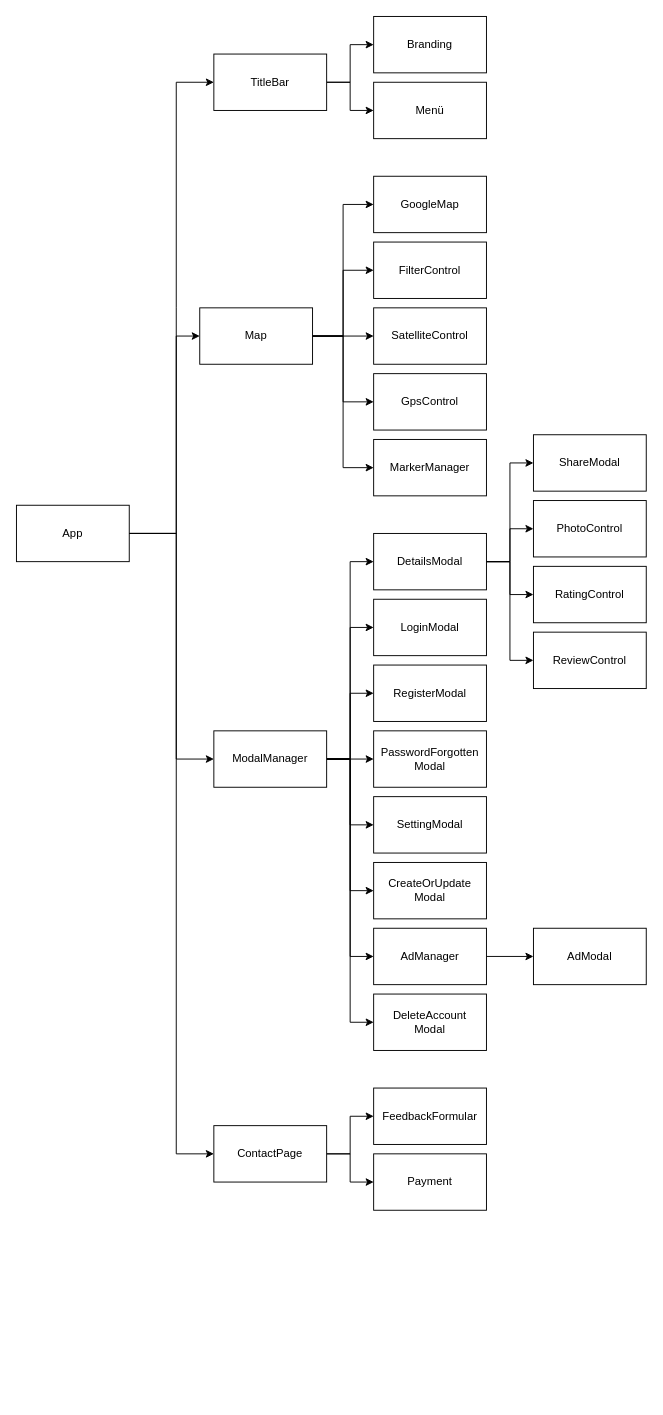
Above: page "front-end" (6 of 6) of _images/architecture.drawio in gartenkralle/geolocation-services-doc (draw.io), before the change. Source tidied: cells renumbered, new cells numbered last; positions are measured from the earlier drawing's top-left corner, leaving out a move shared by most shapes. Both pictures are drawn from the tidied source at 94%, with x=0, y=0 at pixel (16, 16).
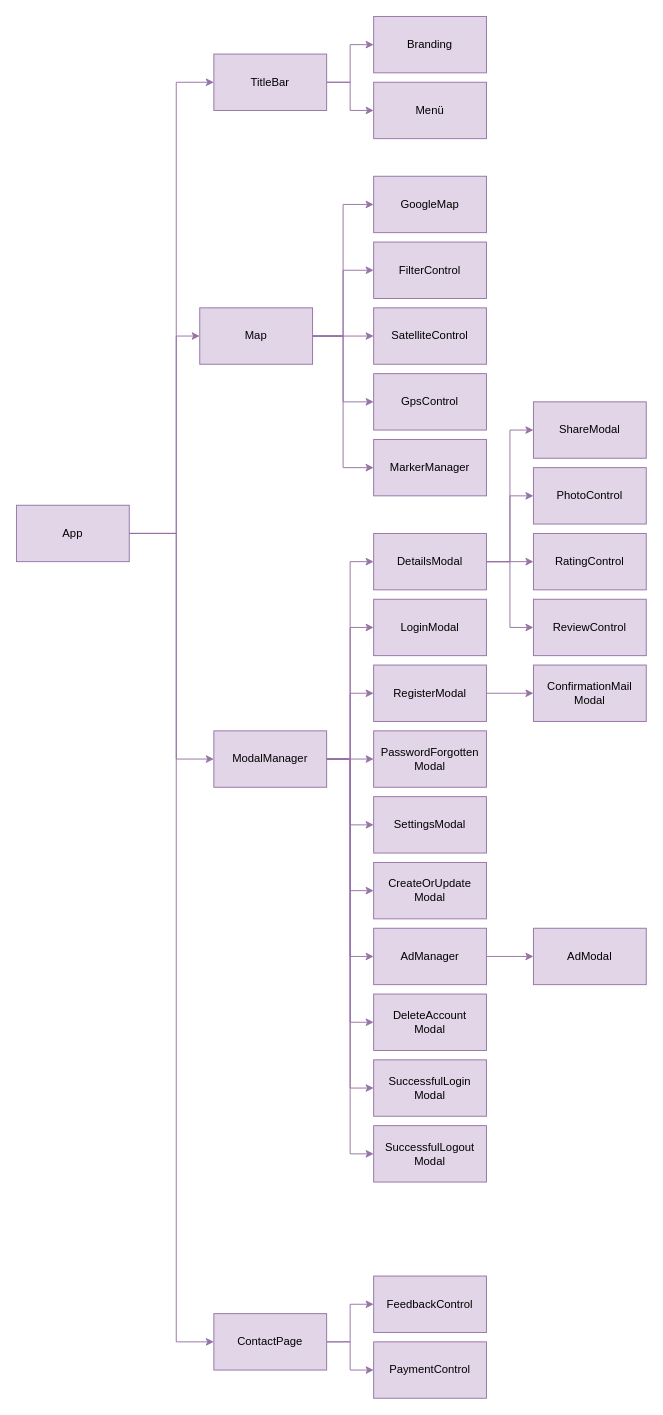
After the change.

Commit message (it also covers changes not shown here):
update front end diagram

Diff of the diagram source:
```diff
@@
-    <mxCell id="2" style="edgeStyle=orthogonalEdgeStyle;rounded=0;jettySize=auto;html=1;entryX=0;entryY=0.5;entryDx=0;entryDy=0;" parent="1" edge="1" source="5" target="11">
+    <mxCell id="2" style="edgeStyle=orthogonalEdgeStyle;rounded=0;jettySize=auto;html=1;entryX=0;entryY=0.5;entryDx=0;entryDy=0;fillColor=#e1d5e7;strokeColor=#9673a6;" parent="1" edge="1" source="5" target="11">
       <mxGeometry relative="1" as="geometry">
         <Array as="points">
           <mxPoint x="170" y="550" />
           <mxPoint x="170" y="340" />
         </Array>
       </mxGeometry>
     </mxCell>
-    <mxCell id="3" style="edgeStyle=orthogonalEdgeStyle;rounded=0;jettySize=auto;html=1;entryX=0;entryY=0.5;entryDx=0;entryDy=0;" parent="1" edge="1" source="5" target="20">
+    <mxCell id="3" style="edgeStyle=orthogonalEdgeStyle;rounded=0;jettySize=auto;html=1;entryX=0;entryY=0.5;entryDx=0;entryDy=0;fillColor=#e1d5e7;strokeColor=#9673a6;" parent="1" edge="1" source="5" target="20">
       <mxGeometry relative="1" as="geometry">
         <Array as="points">
           <mxPoint x="170" y="550" />
           <mxPoint x="170" y="790" />
         </Array>
       </mxGeometry>
     </mxCell>
-    <mxCell id="4" style="edgeStyle=orthogonalEdgeStyle;rounded=0;jettySize=auto;html=1;entryX=0;entryY=0.5;entryDx=0;entryDy=0;" parent="1" edge="1" source="5" target="46">
+    <mxCell id="4" style="edgeStyle=orthogonalEdgeStyle;rounded=0;jettySize=auto;html=1;entryX=0;entryY=0.5;entryDx=0;entryDy=0;fillColor=#e1d5e7;strokeColor=#9673a6;" parent="1" edge="1" source="5" target="46">
       <mxGeometry relative="1" as="geometry">
         <Array as="points">
           <mxPoint x="170" y="550" />
-          <mxPoint x="170" y="1210" />
+          <mxPoint x="170" y="1410" />
         </Array>
       </mxGeometry>
     </mxCell>
-    <mxCell id="5" value="App" style="rounded=0;whiteSpace=wrap;html=1;" parent="1" vertex="1">
+    <mxCell id="5" value="App" style="rounded=0;whiteSpace=wrap;html=1;fillColor=#e1d5e7;strokeColor=#9673a6;" parent="1" vertex="1">
       <mxGeometry y="520" width="120" height="60" as="geometry" />
     </mxCell>
-    <mxCell id="6" value="Menü" style="rounded=0;whiteSpace=wrap;html=1;" parent="1" vertex="1">
+    <mxCell id="6" value="Menü" style="rounded=0;whiteSpace=wrap;html=1;fillColor=#e1d5e7;strokeColor=#9673a6;" parent="1" vertex="1">
       <mxGeometry x="380" y="70" width="120" height="60" as="geometry" />
     </mxCell>
-    <mxCell id="7" style="edgeStyle=orthogonalEdgeStyle;rounded=0;jettySize=auto;html=1;entryX=0;entryY=0.5;entryDx=0;entryDy=0;" parent="1" edge="1" source="11" target="24">
+    <mxCell id="7" style="edgeStyle=orthogonalEdgeStyle;rounded=0;jettySize=auto;html=1;entryX=0;entryY=0.5;entryDx=0;entryDy=0;fillColor=#e1d5e7;strokeColor=#9673a6;" parent="1" edge="1" source="11" target="24">
       <mxGeometry relative="1" as="geometry" />
     </mxCell>
-    <mxCell id="8" style="edgeStyle=orthogonalEdgeStyle;rounded=0;jettySize=auto;html=1;entryX=0;entryY=0.5;entryDx=0;entryDy=0;" parent="1" edge="1" source="11" target="26">
+    <mxCell id="8" style="edgeStyle=orthogonalEdgeStyle;rounded=0;jettySize=auto;html=1;entryX=0;entryY=0.5;entryDx=0;entryDy=0;fillColor=#e1d5e7;strokeColor=#9673a6;" parent="1" edge="1" source="11" target="26">
       <mxGeometry relative="1" as="geometry" />
     </mxCell>
-    <mxCell id="9" style="edgeStyle=orthogonalEdgeStyle;rounded=0;jettySize=auto;html=1;entryX=0;entryY=0.5;entryDx=0;entryDy=0;" parent="1" edge="1" source="11" target="27">
+    <mxCell id="9" style="edgeStyle=orthogonalEdgeStyle;rounded=0;jettySize=auto;html=1;entryX=0;entryY=0.5;entryDx=0;entryDy=0;fillColor=#e1d5e7;strokeColor=#9673a6;" parent="1" edge="1" source="11" target="27">
       <mxGeometry relative="1" as="geometry" />
     </mxCell>
-    <mxCell id="10" style="edgeStyle=orthogonalEdgeStyle;rounded=0;jettySize=auto;html=1;entryX=0;entryY=0.5;entryDx=0;entryDy=0;" parent="1" edge="1" source="11" target="49">
+    <mxCell id="10" style="edgeStyle=orthogonalEdgeStyle;rounded=0;jettySize=auto;html=1;entryX=0;entryY=0.5;entryDx=0;entryDy=0;fillColor=#e1d5e7;strokeColor=#9673a6;" parent="1" edge="1" source="11" target="49">
       <mxGeometry relative="1" as="geometry" />
     </mxCell>
-    <mxCell id="11" value="Map" style="rounded=0;whiteSpace=wrap;html=1;" parent="1" vertex="1">
+    <mxCell id="11" value="Map" style="rounded=0;whiteSpace=wrap;html=1;fillColor=#e1d5e7;strokeColor=#9673a6;" parent="1" vertex="1">
       <mxGeometry x="195" y="310" width="120" height="60" as="geometry" />
     </mxCell>
-    <mxCell id="12" style="edgeStyle=orthogonalEdgeStyle;rounded=0;jettySize=auto;html=1;entryX=0;entryY=0.5;entryDx=0;entryDy=0;" parent="1" edge="1" source="20" target="34">
+    <mxCell id="12" style="edgeStyle=orthogonalEdgeStyle;rounded=0;jettySize=auto;html=1;entryX=0;entryY=0.5;entryDx=0;entryDy=0;fillColor=#e1d5e7;strokeColor=#9673a6;" parent="1" edge="1" source="20" target="34">
       <mxGeometry relative="1" as="geometry" />
     </mxCell>
-    <mxCell id="13" style="edgeStyle=orthogonalEdgeStyle;rounded=0;jettySize=auto;html=1;entryX=0;entryY=0.5;entryDx=0;entryDy=0;" parent="1" edge="1" source="20" target="21">
+    <mxCell id="13" style="edgeStyle=orthogonalEdgeStyle;rounded=0;jettySize=auto;html=1;entryX=0;entryY=0.5;entryDx=0;entryDy=0;fillColor=#e1d5e7;strokeColor=#9673a6;" parent="1" edge="1" source="20" target="21">
       <mxGeometry relative="1" as="geometry" />
     </mxCell>
-    <mxCell id="14" style="edgeStyle=orthogonalEdgeStyle;rounded=0;jettySize=auto;html=1;entryX=0;entryY=0.5;entryDx=0;entryDy=0;" parent="1" edge="1" source="20" target="22">
+    <mxCell id="14" style="edgeStyle=orthogonalEdgeStyle;rounded=0;jettySize=auto;html=1;entryX=0;entryY=0.5;entryDx=0;entryDy=0;fillColor=#e1d5e7;strokeColor=#9673a6;" parent="1" edge="1" source="20" target="22">
       <mxGeometry relative="1" as="geometry" />
     </mxCell>
-    <mxCell id="15" style="edgeStyle=orthogonalEdgeStyle;rounded=0;jettySize=auto;html=1;entryX=0;entryY=0.5;entryDx=0;entryDy=0;" parent="1" edge="1" source="20" target="23">
+    <mxCell id="15" style="edgeStyle=orthogonalEdgeStyle;rounded=0;jettySize=auto;html=1;entryX=0;entryY=0.5;entryDx=0;entryDy=0;fillColor=#e1d5e7;strokeColor=#9673a6;" parent="1" edge="1" source="20" target="23">
       <mxGeometry relative="1" as="geometry" />
     </mxCell>
-    <mxCell id="16" style="edgeStyle=orthogonalEdgeStyle;rounded=0;jettySize=auto;html=1;entryX=0;entryY=0.5;entryDx=0;entryDy=0;" parent="1" edge="1" source="20" target="28">
+    <mxCell id="16" style="edgeStyle=orthogonalEdgeStyle;rounded=0;jettySize=auto;html=1;entryX=0;entryY=0.5;entryDx=0;entryDy=0;fillColor=#e1d5e7;strokeColor=#9673a6;" parent="1" edge="1" source="20" target="28">
       <mxGeometry relative="1" as="geometry" />
     </mxCell>
-    <mxCell id="17" style="edgeStyle=orthogonalEdgeStyle;rounded=0;jettySize=auto;html=1;entryX=0;entryY=0.5;entryDx=0;entryDy=0;" parent="1" edge="1" source="20" target="29">
+    <mxCell id="17" style="edgeStyle=orthogonalEdgeStyle;rounded=0;jettySize=auto;html=1;entryX=0;entryY=0.5;entryDx=0;entryDy=0;fillColor=#e1d5e7;strokeColor=#9673a6;" parent="1" edge="1" source="20" target="29">
       <mxGeometry relative="1" as="geometry" />
     </mxCell>
-    <mxCell id="18" style="edgeStyle=orthogonalEdgeStyle;rounded=0;jettySize=auto;html=1;entryX=0;entryY=0.5;entryDx=0;entryDy=0;" parent="1" edge="1" source="20" target="43">
+    <mxCell id="18" style="edgeStyle=orthogonalEdgeStyle;rounded=0;jettySize=auto;html=1;entryX=0;entryY=0.5;entryDx=0;entryDy=0;fillColor=#e1d5e7;strokeColor=#9673a6;" parent="1" edge="1" source="20" target="43">
       <mxGeometry relative="1" as="geometry" />
     </mxCell>
-    <mxCell id="19" style="edgeStyle=orthogonalEdgeStyle;rounded=0;jettySize=auto;html=1;entryX=0;entryY=0.5;entryDx=0;entryDy=0;" parent="1" edge="1" source="20" target="50">
+    <mxCell id="19" style="edgeStyle=orthogonalEdgeStyle;rounded=0;jettySize=auto;html=1;entryX=0;entryY=0.5;entryDx=0;entryDy=0;fillColor=#e1d5e7;strokeColor=#9673a6;" parent="1" edge="1" source="20" target="50">
       <mxGeometry relative="1" as="geometry" />
     </mxCell>
+    <mxCell id="55" style="edgeStyle=orthogonalEdgeStyle;rounded=0;jettySize=auto;html=1;entryX=0;entryY=0.5;entryDx=0;entryDy=0;fillColor=#e1d5e7;strokeColor=#9673a6;" parent="1" edge="1" source="20" target="58">
+      <mxGeometry relative="1" as="geometry" />
+    </mxCell>
+    <mxCell id="56" style="edgeStyle=orthogonalEdgeStyle;rounded=0;jettySize=auto;html=1;entryX=0;entryY=0.5;entryDx=0;entryDy=0;fillColor=#e1d5e7;strokeColor=#9673a6;" parent="1" edge="1" source="20" target="59">
+      <mxGeometry relative="1" as="geometry" />
+    </mxCell>
-    <mxCell id="20" value="ModalManager" style="rounded=0;whiteSpace=wrap;html=1;" parent="1" vertex="1">
+    <mxCell id="20" value="ModalManager" style="rounded=0;whiteSpace=wrap;html=1;fillColor=#e1d5e7;strokeColor=#9673a6;" parent="1" vertex="1">
       <mxGeometry x="210" y="760" width="120" height="60" as="geometry" />
     </mxCell>
-    <mxCell id="21" value="LoginModal" style="rounded=0;whiteSpace=wrap;html=1;" parent="1" vertex="1">
+    <mxCell id="21" value="LoginModal" style="rounded=0;whiteSpace=wrap;html=1;fillColor=#e1d5e7;strokeColor=#9673a6;" parent="1" vertex="1">
       <mxGeometry x="380" y="620" width="120" height="60" as="geometry" />
     </mxCell>
+    <mxCell id="57" style="edgeStyle=orthogonalEdgeStyle;rounded=0;jettySize=auto;html=1;entryX=0;entryY=0.5;entryDx=0;entryDy=0;fillColor=#e1d5e7;strokeColor=#9673a6;" parent="1" edge="1" source="22" target="60">
+      <mxGeometry relative="1" as="geometry" />
+    </mxCell>
-    <mxCell id="22" value="RegisterModal" style="rounded=0;whiteSpace=wrap;html=1;" parent="1" vertex="1">
+    <mxCell id="22" value="RegisterModal" style="rounded=0;whiteSpace=wrap;html=1;fillColor=#e1d5e7;strokeColor=#9673a6;" parent="1" vertex="1">
       <mxGeometry x="380" y="690" width="120" height="60" as="geometry" />
     </mxCell>
-    <mxCell id="23" value="PasswordForgotten&lt;div&gt;Modal&lt;/div&gt;" style="rounded=0;whiteSpace=wrap;html=1;" parent="1" vertex="1">
+    <mxCell id="23" value="PasswordForgotten&lt;div&gt;Modal&lt;/div&gt;" style="rounded=0;whiteSpace=wrap;html=1;fillColor=#e1d5e7;strokeColor=#9673a6;" parent="1" vertex="1">
       <mxGeometry x="380" y="760" width="120" height="60" as="geometry" />
     </mxCell>
-    <mxCell id="24" value="GoogleMap" style="rounded=0;whiteSpace=wrap;html=1;" parent="1" vertex="1">
+    <mxCell id="24" value="GoogleMap" style="rounded=0;whiteSpace=wrap;html=1;fillColor=#e1d5e7;strokeColor=#9673a6;" parent="1" vertex="1">
       <mxGeometry x="380" y="170" width="120" height="60" as="geometry" />
     </mxCell>
-    <mxCell id="25" value="FilterControl" style="rounded=0;whiteSpace=wrap;html=1;" parent="1" vertex="1">
+    <mxCell id="25" value="FilterControl" style="rounded=0;whiteSpace=wrap;html=1;fillColor=#e1d5e7;strokeColor=#9673a6;" parent="1" vertex="1">
       <mxGeometry x="380" y="240" width="120" height="60" as="geometry" />
     </mxCell>
-    <mxCell id="26" value="SatelliteControl" style="rounded=0;whiteSpace=wrap;html=1;" parent="1" vertex="1">
+    <mxCell id="26" value="SatelliteControl" style="rounded=0;whiteSpace=wrap;html=1;fillColor=#e1d5e7;strokeColor=#9673a6;" parent="1" vertex="1">
       <mxGeometry x="380" y="310" width="120" height="60" as="geometry" />
     </mxCell>
-    <mxCell id="27" value="GpsControl" style="rounded=0;whiteSpace=wrap;html=1;" parent="1" vertex="1">
+    <mxCell id="27" value="GpsControl" style="rounded=0;whiteSpace=wrap;html=1;fillColor=#e1d5e7;strokeColor=#9673a6;" parent="1" vertex="1">
       <mxGeometry x="380" y="380" width="120" height="60" as="geometry" />
     </mxCell>
-    <mxCell id="28" value="SettingModal" style="rounded=0;whiteSpace=wrap;html=1;" parent="1" vertex="1">
+    <mxCell id="28" value="SettingsModal" style="rounded=0;whiteSpace=wrap;html=1;fillColor=#e1d5e7;strokeColor=#9673a6;" parent="1" vertex="1">
       <mxGeometry x="380" y="830" width="120" height="60" as="geometry" />
     </mxCell>
-    <mxCell id="29" value="CreateOrUpdate&lt;div&gt;Modal&lt;/div&gt;" style="rounded=0;whiteSpace=wrap;html=1;" parent="1" vertex="1">
+    <mxCell id="29" value="CreateOrUpdate&lt;div&gt;Modal&lt;/div&gt;" style="rounded=0;whiteSpace=wrap;html=1;fillColor=#e1d5e7;strokeColor=#9673a6;" parent="1" vertex="1">
       <mxGeometry x="380" y="900" width="120" height="60" as="geometry" />
     </mxCell>
-    <mxCell id="30" style="edgeStyle=orthogonalEdgeStyle;rounded=0;jettySize=auto;html=1;entryX=0;entryY=0.5;entryDx=0;entryDy=0;" parent="1" edge="1" source="34" target="51">
+    <mxCell id="30" style="edgeStyle=orthogonalEdgeStyle;rounded=0;jettySize=auto;html=1;entryX=0;entryY=0.5;entryDx=0;entryDy=0;fillColor=#e1d5e7;strokeColor=#9673a6;" parent="1" edge="1" source="34" target="51">
       <mxGeometry relative="1" as="geometry" />
     </mxCell>
-    <mxCell id="31" style="edgeStyle=orthogonalEdgeStyle;rounded=0;jettySize=auto;html=1;entryX=0;entryY=0.5;entryDx=0;entryDy=0;" parent="1" edge="1" source="34" target="52">
+    <mxCell id="31" style="edgeStyle=orthogonalEdgeStyle;rounded=0;jettySize=auto;html=1;entryX=0;entryY=0.5;entryDx=0;entryDy=0;fillColor=#e1d5e7;strokeColor=#9673a6;" parent="1" edge="1" source="34" target="52">
       <mxGeometry relative="1" as="geometry" />
     </mxCell>
-    <mxCell id="32" style="edgeStyle=orthogonalEdgeStyle;rounded=0;jettySize=auto;html=1;entryX=0;entryY=0.5;entryDx=0;entryDy=0;" parent="1" edge="1" source="34" target="53">
+    <mxCell id="32" style="edgeStyle=orthogonalEdgeStyle;rounded=0;jettySize=auto;html=1;entryX=0;entryY=0.5;entryDx=0;entryDy=0;fillColor=#e1d5e7;strokeColor=#9673a6;" parent="1" edge="1" source="34" target="53">
       <mxGeometry relative="1" as="geometry" />
     </mxCell>
-    <mxCell id="33" style="edgeStyle=orthogonalEdgeStyle;rounded=0;jettySize=auto;html=1;entryX=0;entryY=0.5;entryDx=0;entryDy=0;" parent="1" edge="1" source="34" target="54">
+    <mxCell id="33" style="edgeStyle=orthogonalEdgeStyle;rounded=0;jettySize=auto;html=1;entryX=0;entryY=0.5;entryDx=0;entryDy=0;fillColor=#e1d5e7;strokeColor=#9673a6;" parent="1" edge="1" source="34" target="54">
       <mxGeometry relative="1" as="geometry" />
     </mxCell>
-    <mxCell id="34" value="DetailsModal" style="rounded=0;whiteSpace=wrap;html=1;" parent="1" vertex="1">
+    <mxCell id="34" value="DetailsModal" style="rounded=0;whiteSpace=wrap;html=1;fillColor=#e1d5e7;strokeColor=#9673a6;" parent="1" vertex="1">
       <mxGeometry x="380" y="550" width="120" height="60" as="geometry" />
     </mxCell>
-    <mxCell id="35" style="edgeStyle=orthogonalEdgeStyle;rounded=0;jettySize=auto;html=1;entryX=0;entryY=0.5;entryDx=0;entryDy=0;" parent="1" edge="1" source="37" target="38">
+    <mxCell id="35" style="edgeStyle=orthogonalEdgeStyle;rounded=0;jettySize=auto;html=1;entryX=0;entryY=0.5;entryDx=0;entryDy=0;fillColor=#e1d5e7;strokeColor=#9673a6;" parent="1" edge="1" source="37" target="38">
       <mxGeometry relative="1" as="geometry" />
     </mxCell>
-    <mxCell id="36" style="edgeStyle=orthogonalEdgeStyle;rounded=0;jettySize=auto;html=1;entryX=0;entryY=0.5;entryDx=0;entryDy=0;" parent="1" edge="1" source="37" target="6">
+    <mxCell id="36" style="edgeStyle=orthogonalEdgeStyle;rounded=0;jettySize=auto;html=1;entryX=0;entryY=0.5;entryDx=0;entryDy=0;fillColor=#e1d5e7;strokeColor=#9673a6;" parent="1" edge="1" source="37" target="6">
       <mxGeometry relative="1" as="geometry" />
     </mxCell>
-    <mxCell id="37" value="TitleBar" style="rounded=0;whiteSpace=wrap;html=1;" parent="1" vertex="1">
+    <mxCell id="37" value="TitleBar" style="rounded=0;whiteSpace=wrap;html=1;fillColor=#e1d5e7;strokeColor=#9673a6;" parent="1" vertex="1">
       <mxGeometry x="210" y="40" width="120" height="60" as="geometry" />
     </mxCell>
-    <mxCell id="38" value="Branding" style="rounded=0;whiteSpace=wrap;html=1;" parent="1" vertex="1">
+    <mxCell id="38" value="Branding" style="rounded=0;whiteSpace=wrap;html=1;fillColor=#e1d5e7;strokeColor=#9673a6;" parent="1" vertex="1">
       <mxGeometry x="380" width="120" height="60" as="geometry" />
     </mxCell>
-    <mxCell id="39" style="endArrow=classic;html=1;rounded=0;exitX=1;exitY=0.5;exitDx=0;exitDy=0;entryX=0;entryY=0.5;entryDx=0;entryDy=0;" parent="1" edge="1" source="5" target="37">
+    <mxCell id="39" style="endArrow=classic;html=1;rounded=0;exitX=1;exitY=0.5;exitDx=0;exitDy=0;entryX=0;entryY=0.5;entryDx=0;entryDy=0;fillColor=#e1d5e7;strokeColor=#9673a6;" parent="1" edge="1" source="5" target="37">
       <mxGeometry relative="1" as="geometry">
         <Array as="points">
           <mxPoint x="170" y="550" />
           <mxPoint x="170" y="310" />
           <mxPoint x="170" y="70" />
         </Array>
       </mxGeometry>
     </mxCell>
-    <mxCell id="40" style="edgeStyle=orthogonalEdgeStyle;rounded=0;jettySize=auto;html=1;entryX=0;entryY=0.5;entryDx=0;entryDy=0;" parent="1" edge="1" source="11" target="25">
+    <mxCell id="40" style="edgeStyle=orthogonalEdgeStyle;rounded=0;jettySize=auto;html=1;entryX=0;entryY=0.5;entryDx=0;entryDy=0;fillColor=#e1d5e7;strokeColor=#9673a6;" parent="1" edge="1" source="11" target="25">
       <mxGeometry relative="1" as="geometry" />
     </mxCell>
-    <mxCell id="41" value="AdModal" style="rounded=0;whiteSpace=wrap;html=1;" parent="1" vertex="1">
+    <mxCell id="41" value="AdModal" style="rounded=0;whiteSpace=wrap;html=1;fillColor=#e1d5e7;strokeColor=#9673a6;" parent="1" vertex="1">
       <mxGeometry x="550" y="970" width="120" height="60" as="geometry" />
     </mxCell>
-    <mxCell id="42" style="edgeStyle=orthogonalEdgeStyle;rounded=0;jettySize=auto;html=1;entryX=0;entryY=0.5;entryDx=0;entryDy=0;" parent="1" edge="1" source="43" target="41">
+    <mxCell id="42" style="edgeStyle=orthogonalEdgeStyle;rounded=0;jettySize=auto;html=1;entryX=0;entryY=0.5;entryDx=0;entryDy=0;fillColor=#e1d5e7;strokeColor=#9673a6;" parent="1" edge="1" source="43" target="41">
       <mxGeometry relative="1" as="geometry" />
     </mxCell>
-    <mxCell id="43" value="AdManager" style="rounded=0;whiteSpace=wrap;html=1;" parent="1" vertex="1">
+    <mxCell id="43" value="AdManager" style="rounded=0;whiteSpace=wrap;html=1;fillColor=#e1d5e7;strokeColor=#9673a6;" parent="1" vertex="1">
       <mxGeometry x="380" y="970" width="120" height="60" as="geometry" />
     </mxCell>
-    <mxCell id="44" style="edgeStyle=orthogonalEdgeStyle;rounded=0;jettySize=auto;html=1;entryX=0;entryY=0.5;entryDx=0;entryDy=0;" parent="1" edge="1" source="46" target="47">
+    <mxCell id="44" style="edgeStyle=orthogonalEdgeStyle;rounded=0;jettySize=auto;html=1;entryX=0;entryY=0.5;entryDx=0;entryDy=0;fillColor=#e1d5e7;strokeColor=#9673a6;" parent="1" edge="1" source="46" target="47">
       <mxGeometry relative="1" as="geometry" />
     </mxCell>
-    <mxCell id="45" style="edgeStyle=orthogonalEdgeStyle;rounded=0;jettySize=auto;html=1;entryX=0;entryY=0.5;entryDx=0;entryDy=0;" parent="1" edge="1" source="46" target="48">
+    <mxCell id="45" style="edgeStyle=orthogonalEdgeStyle;rounded=0;jettySize=auto;html=1;entryX=0;entryY=0.5;entryDx=0;entryDy=0;fillColor=#e1d5e7;strokeColor=#9673a6;" parent="1" edge="1" source="46" target="48">
       <mxGeometry relative="1" as="geometry" />
     </mxCell>
-    <mxCell id="46" value="ContactPage" style="rounded=0;whiteSpace=wrap;html=1;" parent="1" vertex="1">
-      <mxGeometry x="210" y="1180" width="120" height="60" as="geometry" />
+    <mxCell id="46" value="ContactPage" style="rounded=0;whiteSpace=wrap;html=1;fillColor=#e1d5e7;strokeColor=#9673a6;" parent="1" vertex="1">
+      <mxGeometry x="210" y="1380" width="120" height="60" as="geometry" />
     </mxCell>
-    <mxCell id="47" value="FeedbackFormular" style="rounded=0;whiteSpace=wrap;html=1;" parent="1" vertex="1">
-      <mxGeometry x="380" y="1140" width="120" height="60" as="geometry" />
+    <mxCell id="47" value="FeedbackControl" style="rounded=0;whiteSpace=wrap;html=1;fillColor=#e1d5e7;strokeColor=#9673a6;" parent="1" vertex="1">
+      <mxGeometry x="380" y="1340" width="120" height="60" as="geometry" />
     </mxCell>
-    <mxCell id="48" value="Payment" style="rounded=0;whiteSpace=wrap;html=1;" parent="1" vertex="1">
-      <mxGeometry x="380" y="1210" width="120" height="60" as="geometry" />
+    <mxCell id="48" value="PaymentControl" style="rounded=0;whiteSpace=wrap;html=1;fillColor=#e1d5e7;strokeColor=#9673a6;" parent="1" vertex="1">
+      <mxGeometry x="380" y="1410" width="120" height="60" as="geometry" />
     </mxCell>
-    <mxCell id="49" value="MarkerManager" style="rounded=0;whiteSpace=wrap;html=1;" parent="1" vertex="1">
+    <mxCell id="49" value="MarkerManager" style="rounded=0;whiteSpace=wrap;html=1;fillColor=#e1d5e7;strokeColor=#9673a6;" parent="1" vertex="1">
       <mxGeometry x="380" y="450" width="120" height="60" as="geometry" />
     </mxCell>
-    <mxCell id="50" value="DeleteAccount&lt;div&gt;Modal&lt;/div&gt;" style="rounded=0;whiteSpace=wrap;html=1;" parent="1" vertex="1">
+    <mxCell id="50" value="DeleteAccount&lt;div&gt;Modal&lt;/div&gt;" style="rounded=0;whiteSpace=wrap;html=1;fillColor=#e1d5e7;strokeColor=#9673a6;" parent="1" vertex="1">
       <mxGeometry x="380" y="1040" width="120" height="60" as="geometry" />
     </mxCell>
-    <mxCell id="51" value="ShareModal" style="rounded=0;whiteSpace=wrap;html=1;flipV=1;" parent="1" vertex="1">
-      <mxGeometry x="550" y="445" width="120" height="60" as="geometry" />
+    <mxCell id="51" value="ShareModal" style="rounded=0;whiteSpace=wrap;html=1;flipV=1;fillColor=#e1d5e7;strokeColor=#9673a6;" parent="1" vertex="1">
+      <mxGeometry x="550" y="410" width="120" height="60" as="geometry" />
     </mxCell>
-    <mxCell id="52" value="PhotoControl" style="rounded=0;whiteSpace=wrap;html=1;flipV=1;" parent="1" vertex="1">
-      <mxGeometry x="550" y="515" width="120" height="60" as="geometry" />
+    <mxCell id="52" value="PhotoControl" style="rounded=0;whiteSpace=wrap;html=1;flipV=1;fillColor=#e1d5e7;strokeColor=#9673a6;" parent="1" vertex="1">
+      <mxGeometry x="550" y="480" width="120" height="60" as="geometry" />
     </mxCell>
-    <mxCell id="53" value="ReviewControl" style="rounded=0;whiteSpace=wrap;html=1;flipV=1;" parent="1" vertex="1">
-      <mxGeometry x="550" y="655" width="120" height="60" as="geometry" />
+    <mxCell id="53" value="ReviewControl" style="rounded=0;whiteSpace=wrap;html=1;flipV=1;fillColor=#e1d5e7;strokeColor=#9673a6;" parent="1" vertex="1">
+      <mxGeometry x="550" y="620" width="120" height="60" as="geometry" />
     </mxCell>
-    <mxCell id="54" value="RatingControl" style="rounded=0;whiteSpace=wrap;html=1;flipV=1;" parent="1" vertex="1">
-      <mxGeometry x="550" y="585" width="120" height="60" as="geometry" />
+    <mxCell id="54" value="RatingControl" style="rounded=0;whiteSpace=wrap;html=1;flipV=1;fillColor=#e1d5e7;strokeColor=#9673a6;" parent="1" vertex="1">
+      <mxGeometry x="550" y="550" width="120" height="60" as="geometry" />
     </mxCell>
+    <mxCell id="58" value="SuccessfulLogin&lt;div&gt;Modal&lt;/div&gt;" style="rounded=0;whiteSpace=wrap;html=1;fillColor=#e1d5e7;strokeColor=#9673a6;" parent="1" vertex="1">
+      <mxGeometry x="380" y="1110" width="120" height="60" as="geometry" />
+    </mxCell>
+    <mxCell id="59" value="SuccessfulLogout&lt;div&gt;Modal&lt;/div&gt;" style="rounded=0;whiteSpace=wrap;html=1;fillColor=#e1d5e7;strokeColor=#9673a6;" parent="1" vertex="1">
+      <mxGeometry x="380" y="1180" width="120" height="60" as="geometry" />
+    </mxCell>
+    <mxCell id="60" value="ConfirmationMail&lt;div&gt;Modal&lt;/div&gt;" style="rounded=0;whiteSpace=wrap;html=1;fillColor=#e1d5e7;strokeColor=#9673a6;" parent="1" vertex="1">
+      <mxGeometry x="550" y="690" width="120" height="60" as="geometry" />
+    </mxCell>
```
